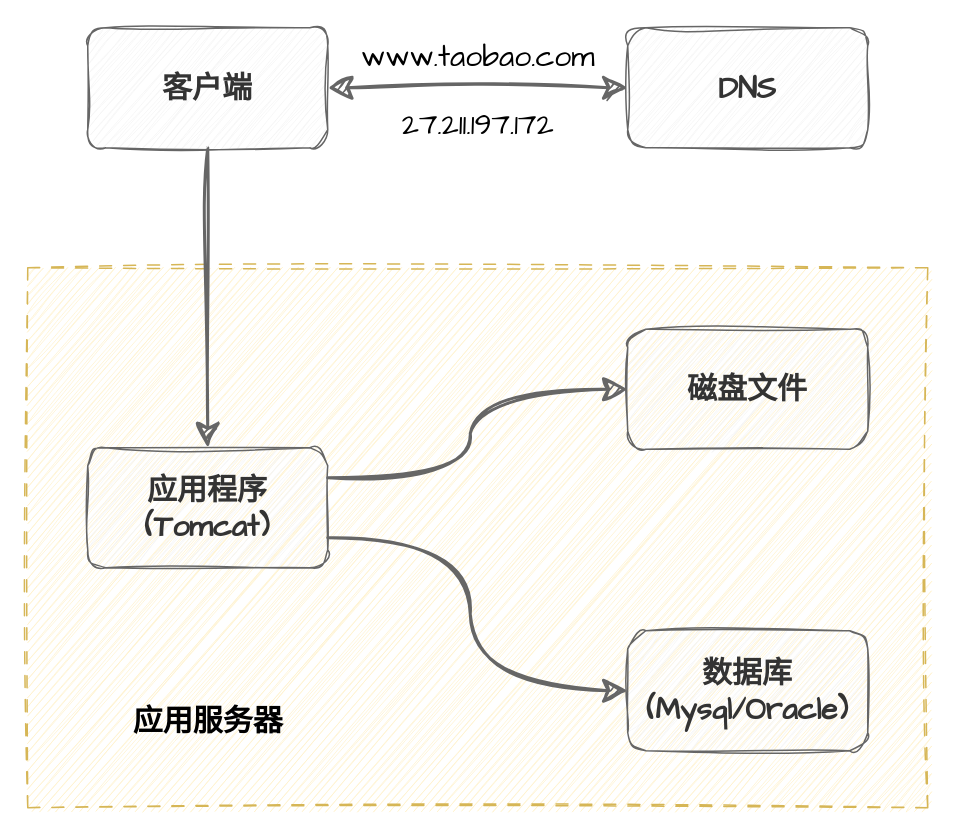
Above: page "单机架构" (1 of 11) of assets/分布式/分布式发展.drawio in dunwu/waterdrop (draw.io), before the change. Source tidied: cells renumbered, new cells numbered last; positions are measured from the earlier drawing's top-left corner, leaving out a move shared by most shapes. Both pictures are drawn from the tidied source at 150%, with x=0, y=0 at pixel (27, 26).
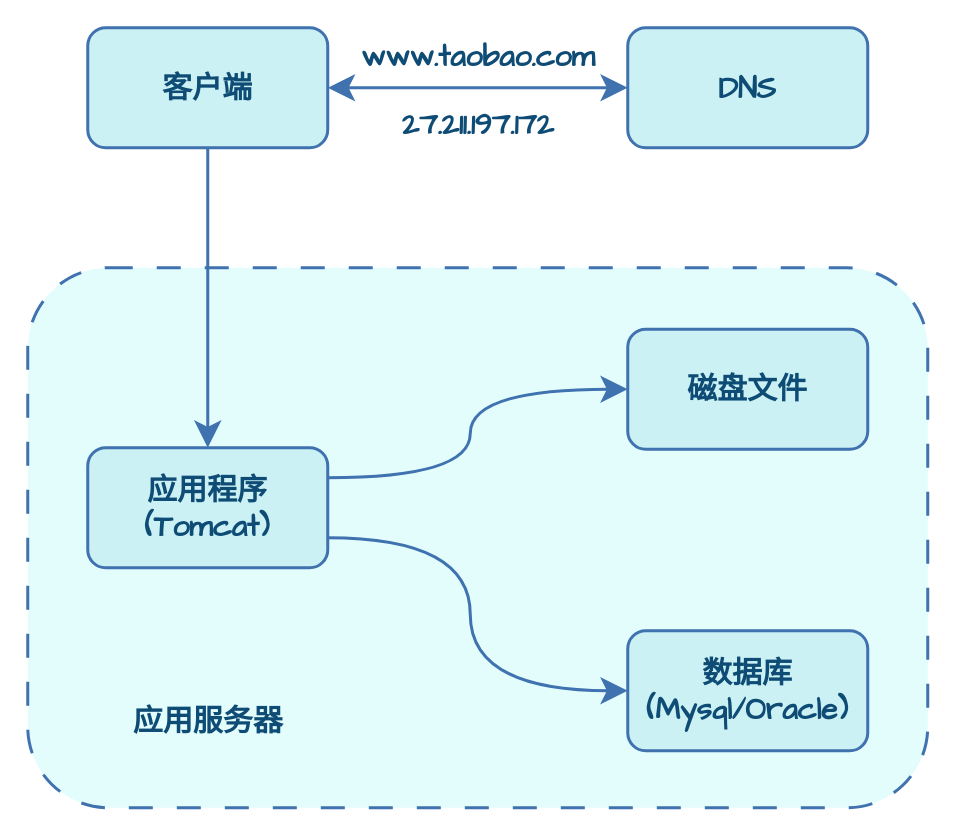
The same diagram, later.

Change to the diagram source:
```diff
@@
 <mxGraphModel>
   <root>
     <mxCell id="0" />
     <mxCell id="1" parent="0" />
-    <mxCell id="2" style="rounded=0;whiteSpace=wrap;html=1;sketch=1;hachureGap=4;jiggle=2;curveFitting=1;fontFamily=Comic Sans MS;fontSize=20;fillColor=#fff2cc;strokeColor=#d6b656;dashed=1;dashPattern=8 8;" parent="1" vertex="1">
+    <mxCell id="2" style="rounded=1;whiteSpace=wrap;html=1;hachureGap=4;fontFamily=Comic Sans MS;fontSize=20;fillColor=#E3FDFD;strokeColor=#3F72AF;dashed=1;dashPattern=8 8;fontColor=#0F4C75;strokeWidth=2;fontStyle=1;" parent="1" vertex="1">
       <mxGeometry y="161" width="600" height="360" as="geometry" />
     </mxCell>
-    <mxCell id="3" value="&lt;div style=&quot;font-size: 20px;&quot;&gt;应用程序&lt;/div&gt;&lt;div style=&quot;font-size: 20px;&quot;&gt;(Tomcat)&lt;/div&gt;" style="rounded=1;whiteSpace=wrap;html=1;sketch=1;hachureGap=4;jiggle=2;curveFitting=1;fontFamily=Comic Sans MS;fontSize=20;fillColor=#f5f5f5;strokeColor=#666666;fontStyle=1;fontColor=#333333;" parent="1" vertex="1">
+    <mxCell id="3" value="&lt;div style=&quot;font-size: 20px;&quot;&gt;应用程序&lt;/div&gt;&lt;div style=&quot;font-size: 20px;&quot;&gt;(Tomcat)&lt;/div&gt;" style="rounded=1;whiteSpace=wrap;html=1;hachureGap=4;fontFamily=Comic Sans MS;fontSize=20;fillColor=#CBF1F5;strokeColor=#3F72AF;fontStyle=1;fontColor=#0F4C75;strokeWidth=2;" parent="1" vertex="1">
       <mxGeometry x="40" y="281" width="160" height="80" as="geometry" />
     </mxCell>
-    <mxCell id="4" style="edgeStyle=orthogonalEdgeStyle;rounded=1;sketch=1;hachureGap=4;jiggle=2;curveFitting=1;jettySize=auto;html=1;exitX=0.5;exitY=1;exitDx=0;exitDy=0;entryX=0.5;entryY=0;entryDx=0;entryDy=0;fontFamily=Comic Sans MS;fontSize=20;fontStyle=1;strokeWidth=2;endSize=12;fillColor=#f5f5f5;strokeColor=#666666;startSize=12;" parent="1" edge="1" source="5" target="3">
+    <mxCell id="4" style="edgeStyle=orthogonalEdgeStyle;rounded=1;hachureGap=4;jettySize=auto;html=1;exitX=0.5;exitY=1;exitDx=0;exitDy=0;entryX=0.5;entryY=0;entryDx=0;entryDy=0;fontFamily=Comic Sans MS;fontSize=20;fontStyle=1;strokeWidth=2;endSize=12;fillColor=#f5f5f5;strokeColor=#3F72AF;startSize=12;fontColor=#0F4C75;" parent="1" edge="1" source="5" target="3">
       <mxGeometry relative="1" as="geometry" />
     </mxCell>
-    <mxCell id="5" value="客户端" style="rounded=1;whiteSpace=wrap;html=1;sketch=1;hachureGap=4;jiggle=2;curveFitting=1;fontFamily=Comic Sans MS;fontSize=20;fillColor=#f5f5f5;fontColor=#333333;strokeColor=#666666;shadow=0;fontStyle=1;" parent="1" vertex="1">
+    <mxCell id="5" value="客户端" style="rounded=1;whiteSpace=wrap;html=1;hachureGap=4;fontFamily=Comic Sans MS;fontSize=20;fillColor=#CBF1F5;fontColor=#0F4C75;strokeColor=#3F72AF;shadow=0;fontStyle=1;strokeWidth=2;" parent="1" vertex="1">
       <mxGeometry x="40" y="1" width="160" height="80" as="geometry" />
     </mxCell>
-    <mxCell id="6" value="DNS" style="rounded=1;whiteSpace=wrap;html=1;sketch=1;hachureGap=4;jiggle=2;curveFitting=1;fontFamily=Comic Sans MS;fontSize=20;fillColor=#f5f5f5;fontColor=#333333;strokeColor=#666666;shadow=0;fontStyle=1;" parent="1" vertex="1">
+    <mxCell id="6" value="DNS" style="rounded=1;whiteSpace=wrap;html=1;hachureGap=4;fontFamily=Comic Sans MS;fontSize=20;fillColor=#CBF1F5;fontColor=#0F4C75;strokeColor=#3F72AF;shadow=0;fontStyle=1;strokeWidth=2;" parent="1" vertex="1">
       <mxGeometry x="400" y="1" width="160" height="80" as="geometry" />
     </mxCell>
-    <mxCell id="7" style="edgeStyle=orthogonalEdgeStyle;rounded=0;sketch=1;hachureGap=4;jiggle=2;curveFitting=1;jettySize=auto;html=1;entryX=0;entryY=0.5;entryDx=0;entryDy=0;fontFamily=Comic Sans MS;fontSize=20;startArrow=classic;startFill=1;strokeWidth=2;endSize=12;fillColor=#f5f5f5;strokeColor=#666666;startSize=12;fontStyle=1;" parent="1" edge="1" source="5" target="6">
+    <mxCell id="7" style="edgeStyle=orthogonalEdgeStyle;rounded=0;hachureGap=4;jettySize=auto;html=1;entryX=0;entryY=0.5;entryDx=0;entryDy=0;fontFamily=Comic Sans MS;fontSize=20;startArrow=classic;startFill=1;strokeWidth=2;endSize=12;fillColor=#f5f5f5;strokeColor=#3F72AF;startSize=12;fontStyle=1;fontColor=#0F4C75;" parent="1" edge="1" source="5" target="6">
       <mxGeometry relative="1" as="geometry" />
     </mxCell>
-    <mxCell id="8" style="edgeStyle=orthogonalEdgeStyle;sketch=1;hachureGap=4;jiggle=2;curveFitting=1;jettySize=auto;html=1;exitX=1;exitY=0.75;exitDx=0;exitDy=0;entryX=0;entryY=0.5;entryDx=0;entryDy=0;fontFamily=Comic Sans MS;fontSize=20;fontStyle=1;strokeWidth=2;endSize=12;fillColor=#f5f5f5;strokeColor=#666666;startSize=12;curved=1;" parent="1" edge="1" source="3" target="14">
+    <mxCell id="8" style="edgeStyle=orthogonalEdgeStyle;hachureGap=4;jettySize=auto;html=1;exitX=1;exitY=0.75;exitDx=0;exitDy=0;entryX=0;entryY=0.5;entryDx=0;entryDy=0;fontFamily=Comic Sans MS;fontSize=20;fontStyle=1;strokeWidth=2;endSize=12;fillColor=#f5f5f5;strokeColor=#3F72AF;startSize=12;curved=1;fontColor=#0F4C75;" parent="1" edge="1" source="3" target="14">
       <mxGeometry relative="1" as="geometry" />
     </mxCell>
-    <mxCell id="9" style="edgeStyle=orthogonalEdgeStyle;sketch=1;hachureGap=4;jiggle=2;curveFitting=1;jettySize=auto;html=1;exitX=1;exitY=0.25;exitDx=0;exitDy=0;entryX=0;entryY=0.5;entryDx=0;entryDy=0;fontFamily=Comic Sans MS;fontSize=20;fontStyle=1;strokeWidth=2;endSize=12;fillColor=#f5f5f5;strokeColor=#666666;startSize=12;curved=1;" parent="1" edge="1" source="3" target="13">
+    <mxCell id="9" style="edgeStyle=orthogonalEdgeStyle;hachureGap=4;jettySize=auto;html=1;exitX=1;exitY=0.25;exitDx=0;exitDy=0;entryX=0;entryY=0.5;entryDx=0;entryDy=0;fontFamily=Comic Sans MS;fontSize=20;fontStyle=1;strokeWidth=2;endSize=12;fillColor=#f5f5f5;strokeColor=#3F72AF;startSize=12;curved=1;fontColor=#0F4C75;" parent="1" edge="1" source="3" target="13">
       <mxGeometry relative="1" as="geometry" />
     </mxCell>
-    <mxCell id="10" value="27.211.197.172" style="text;html=1;align=center;verticalAlign=middle;strokeColor=none;fillColor=none;fontSize=20;fontFamily=Comic Sans MS;fontStyle=0;" parent="1" vertex="1">
-      <mxGeometry x="220" y="45" width="160" height="40" as="geometry" />
+    <mxCell id="10" value="27.211.197.172" style="text;html=1;align=center;verticalAlign=middle;strokeColor=none;fillColor=none;fontSize=20;fontFamily=Comic Sans MS;fontStyle=1;fontColor=#0F4C75;" parent="1" vertex="1">
+      <mxGeometry x="210" y="45" width="180" height="40" as="geometry" />
     </mxCell>
-    <mxCell id="11" value="www.taobao.com" style="text;html=1;align=center;verticalAlign=middle;strokeColor=none;fillColor=none;fontSize=20;fontFamily=Comic Sans MS;fontStyle=0;" parent="1" vertex="1">
-      <mxGeometry x="215" width="170" height="40" as="geometry" />
+    <mxCell id="11" value="www.taobao.com" style="text;html=1;align=center;verticalAlign=middle;strokeColor=none;fillColor=none;fontSize=20;fontFamily=Comic Sans MS;fontStyle=1;fontColor=#0F4C75;" parent="1" vertex="1">
+      <mxGeometry x="210" width="180" height="40" as="geometry" />
     </mxCell>
-    <mxCell id="12" value="应用服务器" style="text;html=1;align=center;verticalAlign=middle;strokeColor=none;fillColor=none;fontSize=20;fontFamily=Comic Sans MS;fontStyle=1;" parent="1" vertex="1">
+    <mxCell id="12" value="应用服务器" style="text;html=1;align=center;verticalAlign=middle;strokeColor=none;fillColor=none;fontSize=20;fontFamily=Comic Sans MS;fontStyle=1;fontColor=#0F4C75;" parent="1" vertex="1">
       <mxGeometry x="60" y="443" width="120" height="40" as="geometry" />
     </mxCell>
-    <mxCell id="13" value="磁盘文件" style="rounded=1;whiteSpace=wrap;html=1;sketch=1;hachureGap=4;jiggle=2;curveFitting=1;fontFamily=Comic Sans MS;fontSize=20;fillColor=#f5f5f5;fontColor=#333333;strokeColor=#666666;shadow=0;fontStyle=1;" parent="1" vertex="1">
+    <mxCell id="13" value="磁盘文件" style="rounded=1;whiteSpace=wrap;html=1;hachureGap=4;fontFamily=Comic Sans MS;fontSize=20;fillColor=#CBF1F5;fontColor=#0F4C75;strokeColor=#3F72AF;shadow=0;fontStyle=1;strokeWidth=2;" parent="1" vertex="1">
       <mxGeometry x="400" y="202" width="160" height="80" as="geometry" />
     </mxCell>
-    <mxCell id="14" value="&lt;div style=&quot;border-color: var(--border-color); font-size: 20px;&quot;&gt;&lt;div style=&quot;border-color: var(--border-color); font-size: 20px;&quot;&gt;数据库&lt;/div&gt;&lt;div style=&quot;border-color: var(--border-color); font-size: 20px;&quot;&gt;(Mysql/Oracle)&lt;/div&gt;&lt;/div&gt;" style="rounded=1;whiteSpace=wrap;html=1;sketch=1;hachureGap=4;jiggle=2;curveFitting=1;fontFamily=Comic Sans MS;fontSize=20;fillColor=#f5f5f5;fontColor=#333333;strokeColor=#666666;shadow=0;fontStyle=1;" parent="1" vertex="1">
+    <mxCell id="14" value="&lt;div style=&quot;border-color: var(--border-color); font-size: 20px;&quot;&gt;&lt;div style=&quot;border-color: var(--border-color); font-size: 20px;&quot;&gt;数据库&lt;/div&gt;&lt;div style=&quot;border-color: var(--border-color); font-size: 20px;&quot;&gt;(Mysql/Oracle)&lt;/div&gt;&lt;/div&gt;" style="rounded=1;whiteSpace=wrap;html=1;hachureGap=4;fontFamily=Comic Sans MS;fontSize=20;fillColor=#CBF1F5;fontColor=#0F4C75;strokeColor=#3F72AF;shadow=0;fontStyle=1;strokeWidth=2;" parent="1" vertex="1">
       <mxGeometry x="400" y="403" width="160" height="80" as="geometry" />
     </mxCell>
   </root>
 </mxGraphModel>
```
